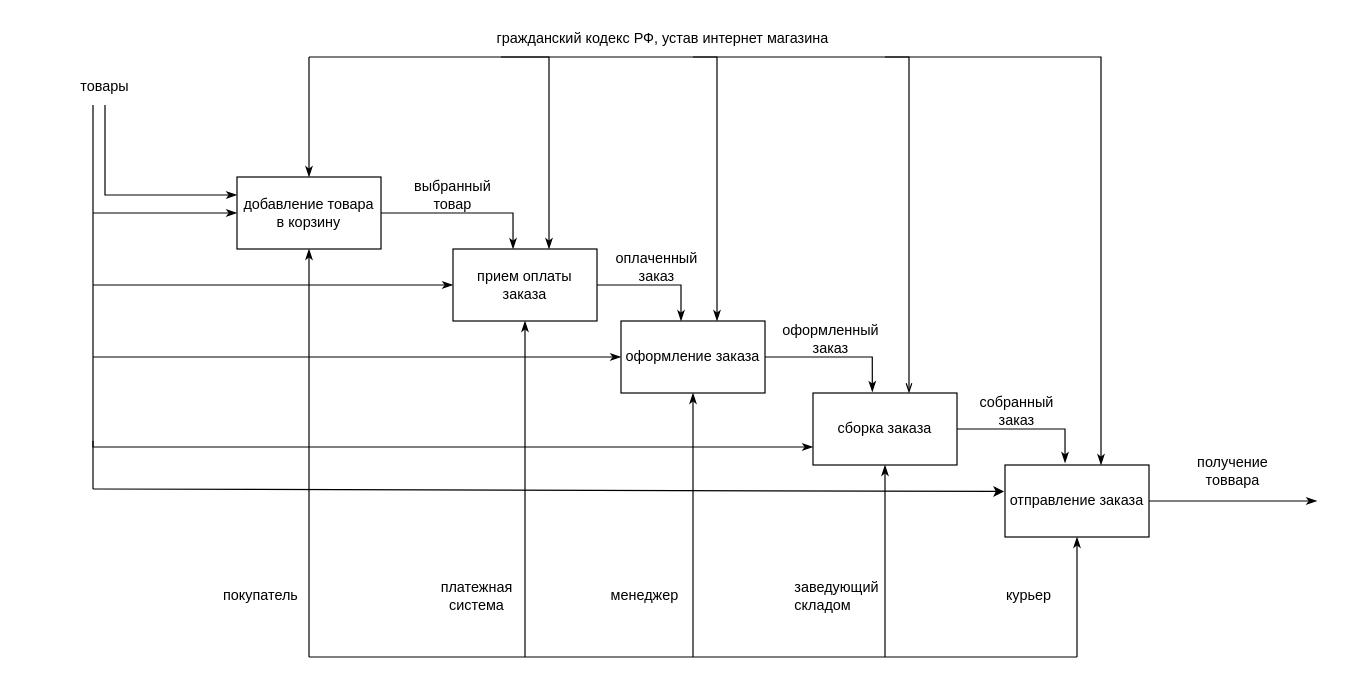
Earlier version of the draw.io diagram Диаграмма без названия.drawio (ValeriaLebedeva/IIDEFOpredmetnayaobl2). Source tidied: cells renumbered, new cells numbered last; positions are measured from the earlier drawing's top-left corner, leaving out a move shared by most shapes. Both pictures are drawn from the tidied source at 120%, with x=0, y=0 at pixel (20, 20).
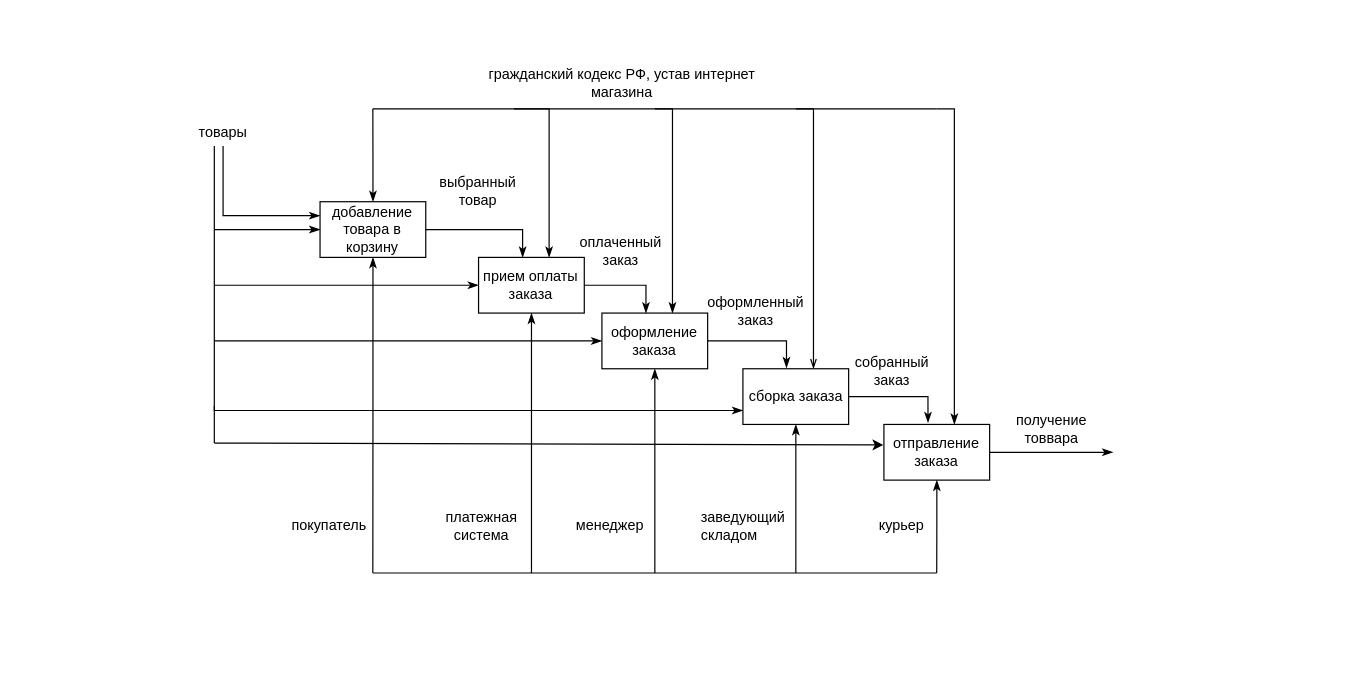
The same page after the edit.

The edit, as a diff of the source:
```diff
@@
+    <mxCell id="43" style="group;" parent="1" vertex="1">
+      <mxGeometry x="117" y="50" width="793" height="410" as="geometry" />
+    </mxCell>
-    <mxCell id="2" value="гражданский кодекс РФ, устав интернет магазина" style="text;html=1;strokeColor=none;fillColor=none;align=center;verticalAlign=middle;whiteSpace=wrap;rounded=0;" parent="1" vertex="1">
-      <mxGeometry x="380" width="310" height="30" as="geometry" />
+    <mxCell id="2" value="гражданский кодекс РФ, устав интернет магазина" style="text;html=1;strokeColor=none;fillColor=none;align=center;verticalAlign=middle;whiteSpace=wrap;rounded=0;" parent="43" vertex="1">
+      <mxGeometry x="269.5" y="-10" width="227.6" height="23.2" as="geometry" />
     </mxCell>
-    <mxCell id="3" style="edgeStyle=orthogonalEdgeStyle;rounded=0;jettySize=auto;html=1;endArrow=none;endFill=0;startArrow=classicThin;startFill=1;" parent="1" edge="1" source="6">
+    <mxCell id="3" style="edgeStyle=orthogonalEdgeStyle;rounded=0;jettySize=auto;html=1;endArrow=none;endFill=0;startArrow=classicThin;startFill=1;" parent="43" edge="1" source="6">
       <mxGeometry relative="1" as="geometry">
-        <mxPoint x="240" y="30" as="targetPoint" />
+        <mxPoint x="176.2" y="23.2" as="targetPoint" />
       </mxGeometry>
     </mxCell>
-    <mxCell id="4" style="edgeStyle=orthogonalEdgeStyle;rounded=0;jettySize=auto;html=1;entryX=0.417;entryY=0;entryDx=0;entryDy=0;entryPerimeter=0;startArrow=none;startFill=0;endArrow=classicThin;endFill=1;" parent="1" edge="1" source="6" target="11">
-      <mxGeometry relative="1" as="geometry">
-        <Array as="points">
-          <mxPoint x="410" y="160" />
-          <mxPoint x="410" y="190" />
-        </Array>
-      </mxGeometry>
-    </mxCell>
-    <mxCell id="5" style="edgeStyle=orthogonalEdgeStyle;rounded=0;jettySize=auto;html=1;startArrow=classicThin;startFill=1;endArrow=none;endFill=0;" parent="1" edge="1" source="6">
+    <mxCell id="5" style="edgeStyle=orthogonalEdgeStyle;rounded=0;jettySize=auto;html=1;startArrow=classicThin;startFill=1;endArrow=none;endFill=0;" parent="43" edge="1" source="6">
       <mxGeometry relative="1" as="geometry">
-        <mxPoint x="240" y="530" as="targetPoint" />
+        <mxPoint x="176.2" y="410" as="targetPoint" />
       </mxGeometry>
     </mxCell>
-    <mxCell id="6" value="добавление товара в корзину" style="rounded=0;whiteSpace=wrap;html=1;" parent="1" vertex="1">
-      <mxGeometry x="180" y="130" width="120" height="60" as="geometry" />
+    <mxCell id="6" value="добавление товара в корзину" style="rounded=0;whiteSpace=wrap;html=1;" parent="43" vertex="1">
+      <mxGeometry x="132.2" y="100.6" width="88.1" height="46.4" as="geometry" />
     </mxCell>
-    <mxCell id="7" style="edgeStyle=orthogonalEdgeStyle;rounded=0;jettySize=auto;html=1;endArrow=none;endFill=0;startArrow=classicThin;startFill=1;" parent="1" edge="1" source="11">
+    <mxCell id="7" style="edgeStyle=orthogonalEdgeStyle;rounded=0;jettySize=auto;html=1;endArrow=none;endFill=0;startArrow=classicThin;startFill=1;" parent="43" edge="1" source="11">
       <mxGeometry relative="1" as="geometry">
-        <mxPoint x="400" y="30" as="targetPoint" />
+        <mxPoint x="293.7" y="23.2" as="targetPoint" />
         <Array as="points">
-          <mxPoint x="440" y="30" />
+          <mxPoint x="323.1" y="23.2" />
         </Array>
       </mxGeometry>
     </mxCell>
-    <mxCell id="8" style="edgeStyle=orthogonalEdgeStyle;rounded=0;jettySize=auto;html=1;startArrow=none;startFill=0;endArrow=classicThin;endFill=1;" parent="1" edge="1" source="11" target="16">
-      <mxGeometry relative="1" as="geometry">
-        <Array as="points">
-          <mxPoint x="550" y="220" />
-        </Array>
-      </mxGeometry>
-    </mxCell>
-    <mxCell id="9" style="edgeStyle=orthogonalEdgeStyle;rounded=0;jettySize=auto;html=1;startArrow=classicThin;startFill=1;endArrow=none;endFill=0;" parent="1" edge="1" source="11">
+    <mxCell id="9" style="edgeStyle=orthogonalEdgeStyle;rounded=0;jettySize=auto;html=1;startArrow=classicThin;startFill=1;endArrow=none;endFill=0;" parent="43" edge="1" source="11">
       <mxGeometry relative="1" as="geometry">
-        <mxPoint x="60" y="220" as="targetPoint" />
+        <mxPoint x="44.1" y="170.2" as="targetPoint" />
       </mxGeometry>
     </mxCell>
-    <mxCell id="10" style="edgeStyle=orthogonalEdgeStyle;rounded=0;jettySize=auto;html=1;endArrow=none;endFill=0;startArrow=classicThin;startFill=1;" parent="1" edge="1" source="11">
+    <mxCell id="10" style="edgeStyle=orthogonalEdgeStyle;rounded=0;jettySize=auto;html=1;endArrow=none;endFill=0;startArrow=classicThin;startFill=1;" parent="43" edge="1" source="11">
       <mxGeometry relative="1" as="geometry">
-        <mxPoint x="420" y="530" as="targetPoint" />
+        <mxPoint x="308.4" y="410" as="targetPoint" />
       </mxGeometry>
     </mxCell>
-    <mxCell id="11" value="прием оплаты заказа" style="rounded=0;whiteSpace=wrap;html=1;" parent="1" vertex="1">
-      <mxGeometry x="360" y="190" width="120" height="60" as="geometry" />
+    <mxCell id="11" value="прием оплаты заказа" style="rounded=0;whiteSpace=wrap;html=1;" parent="43" vertex="1">
+      <mxGeometry x="264.3" y="147" width="88.1" height="46.4" as="geometry" />
     </mxCell>
+    <mxCell id="4" style="edgeStyle=orthogonalEdgeStyle;rounded=0;jettySize=auto;html=1;entryX=0.417;entryY=0;entryDx=0;entryDy=0;entryPerimeter=0;startArrow=none;startFill=0;endArrow=classicThin;endFill=1;" parent="43" edge="1" source="6" target="11">
+      <mxGeometry relative="1" as="geometry">
+        <Array as="points">
+          <mxPoint x="301" y="123.8" />
+          <mxPoint x="301" y="147" />
+        </Array>
+      </mxGeometry>
+    </mxCell>
-    <mxCell id="12" style="edgeStyle=orthogonalEdgeStyle;rounded=0;jettySize=auto;html=1;endArrow=none;endFill=0;startArrow=classicThin;startFill=1;" parent="1" edge="1" source="16">
+    <mxCell id="12" style="edgeStyle=orthogonalEdgeStyle;rounded=0;jettySize=auto;html=1;endArrow=none;endFill=0;startArrow=classicThin;startFill=1;" parent="43" edge="1" source="16">
       <mxGeometry relative="1" as="geometry">
-        <mxPoint x="560" y="30" as="targetPoint" />
+        <mxPoint x="411.2" y="23.2" as="targetPoint" />
         <Array as="points">
-          <mxPoint x="580" y="30" />
+          <mxPoint x="425.9" y="23.2" />
         </Array>
       </mxGeometry>
     </mxCell>
-    <mxCell id="13" style="edgeStyle=orthogonalEdgeStyle;rounded=0;jettySize=auto;html=1;entryX=0.412;entryY=-0.014;entryDx=0;entryDy=0;startArrow=none;startFill=0;endArrow=classicThin;endFill=1;entryPerimeter=0;" parent="1" edge="1" source="16" target="20">
-      <mxGeometry relative="1" as="geometry">
-        <Array as="points">
-          <mxPoint x="710" y="280" />
-          <mxPoint x="710" y="309" />
-        </Array>
-      </mxGeometry>
-    </mxCell>
-    <mxCell id="14" style="edgeStyle=orthogonalEdgeStyle;rounded=0;jettySize=auto;html=1;startArrow=classicThin;startFill=1;endArrow=none;endFill=0;" parent="1" edge="1" source="16">
+    <mxCell id="14" style="edgeStyle=orthogonalEdgeStyle;rounded=0;jettySize=auto;html=1;startArrow=classicThin;startFill=1;endArrow=none;endFill=0;" parent="43" edge="1" source="16">
       <mxGeometry relative="1" as="geometry">
-        <mxPoint x="60" y="280" as="targetPoint" />
+        <mxPoint x="44.1" y="216.6" as="targetPoint" />
       </mxGeometry>
     </mxCell>
-    <mxCell id="15" style="edgeStyle=orthogonalEdgeStyle;rounded=0;jettySize=auto;html=1;startArrow=classicThin;startFill=1;endArrow=none;endFill=0;" parent="1" edge="1" source="16">
+    <mxCell id="15" style="edgeStyle=orthogonalEdgeStyle;rounded=0;jettySize=auto;html=1;startArrow=classicThin;startFill=1;endArrow=none;endFill=0;" parent="43" edge="1" source="16">
       <mxGeometry relative="1" as="geometry">
-        <mxPoint x="560" y="530" as="targetPoint" />
+        <mxPoint x="411.2" y="410" as="targetPoint" />
       </mxGeometry>
     </mxCell>
-    <mxCell id="16" value="оформление заказа" style="rounded=0;whiteSpace=wrap;html=1;" parent="1" vertex="1">
-      <mxGeometry x="500" y="250" width="120" height="60" as="geometry" />
+    <mxCell id="16" value="оформление заказа" style="rounded=0;whiteSpace=wrap;html=1;" parent="43" vertex="1">
+      <mxGeometry x="367.1" y="193.4" width="88.1" height="46.4" as="geometry" />
     </mxCell>
+    <mxCell id="8" style="edgeStyle=orthogonalEdgeStyle;rounded=0;jettySize=auto;html=1;startArrow=none;startFill=0;endArrow=classicThin;endFill=1;" parent="43" edge="1" source="11" target="16">
+      <mxGeometry relative="1" as="geometry">
+        <Array as="points">
+          <mxPoint x="403.8" y="170.2" />
+        </Array>
+      </mxGeometry>
+    </mxCell>
-    <mxCell id="17" style="edgeStyle=orthogonalEdgeStyle;rounded=0;jettySize=auto;html=1;endArrow=none;endFill=0;startArrow=openThin;startFill=0;" parent="1" edge="1" source="20">
+    <mxCell id="17" style="edgeStyle=orthogonalEdgeStyle;rounded=0;jettySize=auto;html=1;endArrow=none;endFill=0;startArrow=openThin;startFill=0;" parent="43" edge="1" source="20">
       <mxGeometry relative="1" as="geometry">
-        <mxPoint x="720" y="30" as="targetPoint" />
+        <mxPoint x="528.7" y="23.2" as="targetPoint" />
         <Array as="points">
-          <mxPoint x="740" y="30" />
+          <mxPoint x="543.4" y="23.2" />
         </Array>
       </mxGeometry>
     </mxCell>
-    <mxCell id="18" style="edgeStyle=orthogonalEdgeStyle;rounded=0;jettySize=auto;html=1;startArrow=classicThin;startFill=1;endArrow=none;endFill=0;" parent="1" edge="1" source="20">
+    <mxCell id="18" style="edgeStyle=orthogonalEdgeStyle;rounded=0;jettySize=auto;html=1;startArrow=classicThin;startFill=1;endArrow=none;endFill=0;" parent="43" edge="1" source="20">
       <mxGeometry relative="1" as="geometry">
-        <mxPoint x="720" y="530" as="targetPoint" />
+        <mxPoint x="528.7" y="410" as="targetPoint" />
       </mxGeometry>
     </mxCell>
-    <mxCell id="19" style="edgeStyle=orthogonalEdgeStyle;rounded=0;jettySize=auto;html=1;entryX=0.417;entryY=-0.03;entryDx=0;entryDy=0;startArrow=none;startFill=0;endArrow=classicThin;endFill=1;entryPerimeter=0;" parent="1" edge="1" source="20" target="38">
-      <mxGeometry relative="1" as="geometry">
-        <Array as="points">
-          <mxPoint x="870" y="340" />
-        </Array>
-      </mxGeometry>
-    </mxCell>
-    <mxCell id="20" value="сборка заказа" style="rounded=0;whiteSpace=wrap;html=1;" parent="1" vertex="1">
-      <mxGeometry x="660" y="310" width="120" height="60" as="geometry" />
+    <mxCell id="20" value="сборка заказа" style="rounded=0;whiteSpace=wrap;html=1;" parent="43" vertex="1">
+      <mxGeometry x="484.6" y="239.8" width="88.1" height="46.4" as="geometry" />
     </mxCell>
+    <mxCell id="13" style="edgeStyle=orthogonalEdgeStyle;rounded=0;jettySize=auto;html=1;entryX=0.412;entryY=-0.014;entryDx=0;entryDy=0;startArrow=none;startFill=0;endArrow=classicThin;endFill=1;entryPerimeter=0;" parent="43" edge="1" source="16" target="20">
+      <mxGeometry relative="1" as="geometry">
+        <Array as="points">
+          <mxPoint x="521.3" y="216.6" />
+          <mxPoint x="521.3" y="239" />
+        </Array>
+      </mxGeometry>
+    </mxCell>
-    <mxCell id="21" style="edgeStyle=orthogonalEdgeStyle;rounded=0;jettySize=auto;html=1;entryX=0;entryY=0.25;entryDx=0;entryDy=0;startArrow=none;startFill=0;endArrow=classicThin;endFill=1;exitX=0.5;exitY=1;exitDx=0;exitDy=0;" parent="1" edge="1" source="23" target="6">
+    <mxCell id="21" style="edgeStyle=orthogonalEdgeStyle;rounded=0;jettySize=auto;html=1;entryX=0;entryY=0.25;entryDx=0;entryDy=0;startArrow=none;startFill=0;endArrow=classicThin;endFill=1;exitX=0.5;exitY=1;exitDx=0;exitDy=0;" parent="43" edge="1" source="23" target="6">
       <mxGeometry relative="1" as="geometry" />
     </mxCell>
-    <mxCell id="22" style="edgeStyle=orthogonalEdgeStyle;rounded=0;jettySize=auto;html=1;entryX=0;entryY=0.75;entryDx=0;entryDy=0;startArrow=none;startFill=0;endArrow=classicThin;endFill=1;" parent="1" edge="1" target="20">
+    <mxCell id="22" style="edgeStyle=orthogonalEdgeStyle;rounded=0;jettySize=auto;html=1;entryX=0;entryY=0.75;entryDx=0;entryDy=0;startArrow=none;startFill=0;endArrow=classicThin;endFill=1;" parent="43" edge="1" target="20">
       <mxGeometry relative="1" as="geometry">
-        <mxPoint x="60" y="80" as="sourcePoint" />
+        <mxPoint x="44.1" y="61.9" as="sourcePoint" />
         <Array as="points">
-          <mxPoint x="60" y="70" />
-          <mxPoint x="60" y="355" />
+          <mxPoint x="44.1" y="54.2" />
+          <mxPoint x="44.1" y="274.6" />
         </Array>
       </mxGeometry>
     </mxCell>
-    <mxCell id="23" value="товары" style="text;html=1;strokeColor=none;fillColor=none;align=center;verticalAlign=middle;whiteSpace=wrap;rounded=0;" parent="1" vertex="1">
-      <mxGeometry y="40" width="140" height="30" as="geometry" />
+    <mxCell id="23" value="товары" style="text;html=1;strokeColor=none;fillColor=none;align=center;verticalAlign=middle;whiteSpace=wrap;rounded=0;" parent="43" vertex="1">
+      <mxGeometry y="30.9" width="102.8" height="23.2" as="geometry" />
     </mxCell>
-    <mxCell id="24" style="endArrow=none;html=1;rounded=0;" parent="1" edge="1">
+    <mxCell id="24" style="endArrow=none;html=1;rounded=0;" parent="43" edge="1">
       <mxGeometry relative="1" as="geometry">
-        <mxPoint x="240" y="30" as="sourcePoint" />
-        <mxPoint x="880" y="30" as="targetPoint" />
+        <mxPoint x="176.2" y="23.2" as="sourcePoint" />
+        <mxPoint x="646.1" y="23.2" as="targetPoint" />
       </mxGeometry>
     </mxCell>
-    <mxCell id="25" value="собранный &lt;br&gt;заказ" style="text;html=1;strokeColor=none;fillColor=none;align=center;verticalAlign=middle;whiteSpace=wrap;rounded=0;" parent="1" vertex="1">
-      <mxGeometry x="770" y="310" width="120" height="30" as="geometry" />
+    <mxCell id="25" value="собранный &lt;br&gt;заказ" style="text;html=1;strokeColor=none;fillColor=none;align=center;verticalAlign=middle;whiteSpace=wrap;rounded=0;" parent="43" vertex="1">
+      <mxGeometry x="565.4" y="230" width="88.1" height="23.2" as="geometry" />
     </mxCell>
-    <mxCell id="26" style="endArrow=classicThin;html=1;rounded=0;entryX=0;entryY=0.5;entryDx=0;entryDy=0;endFill=1;" parent="1" edge="1" target="6">
+    <mxCell id="26" style="endArrow=classicThin;html=1;rounded=0;entryX=0;entryY=0.5;entryDx=0;entryDy=0;endFill=1;" parent="43" edge="1" target="6">
       <mxGeometry relative="1" as="geometry">
-        <mxPoint x="60" y="160" as="sourcePoint" />
+        <mxPoint x="44.1" y="123.8" as="sourcePoint" />
       </mxGeometry>
     </mxCell>
-    <mxCell id="27" value="выбранный &lt;br&gt;товар" style="text;html=1;strokeColor=none;fillColor=none;align=center;verticalAlign=middle;whiteSpace=wrap;rounded=0;" parent="1" vertex="1">
-      <mxGeometry x="300" y="130" width="120" height="30" as="geometry" />
+    <mxCell id="27" value="выбранный &lt;br&gt;товар" style="text;html=1;strokeColor=none;fillColor=none;align=center;verticalAlign=middle;whiteSpace=wrap;rounded=0;" parent="43" vertex="1">
+      <mxGeometry x="220.3" y="80" width="88.1" height="23.2" as="geometry" />
     </mxCell>
-    <mxCell id="28" value="оплаченный заказ" style="text;html=1;strokeColor=none;fillColor=none;align=center;verticalAlign=middle;whiteSpace=wrap;rounded=0;" parent="1" vertex="1">
-      <mxGeometry x="500" y="190" width="60" height="30" as="geometry" />
+    <mxCell id="28" value="оплаченный заказ" style="text;html=1;strokeColor=none;fillColor=none;align=center;verticalAlign=middle;whiteSpace=wrap;rounded=0;" parent="43" vertex="1">
+      <mxGeometry x="361.3" y="130" width="44.1" height="23.2" as="geometry" />
     </mxCell>
-    <mxCell id="29" value="&lt;font&gt;оформленный&lt;/font&gt;&lt;br&gt;&lt;font&gt;заказ&lt;/font&gt;" style="text;html=1;strokeColor=none;fillColor=none;align=center;verticalAlign=middle;whiteSpace=wrap;rounded=0;" parent="1" vertex="1">
-      <mxGeometry x="640" y="250" width="70" height="30" as="geometry" />
+    <mxCell id="29" value="&lt;font&gt;оформленный&lt;/font&gt;&lt;br&gt;&lt;font&gt;заказ&lt;/font&gt;" style="text;html=1;strokeColor=none;fillColor=none;align=center;verticalAlign=middle;whiteSpace=wrap;rounded=0;" parent="43" vertex="1">
+      <mxGeometry x="469.9" y="180" width="51.4" height="23.2" as="geometry" />
     </mxCell>
-    <mxCell id="30" style="endArrow=none;html=1;rounded=0;endFill=0;" parent="1" edge="1">
+    <mxCell id="30" style="endArrow=none;html=1;rounded=0;endFill=0;" parent="43" edge="1">
       <mxGeometry relative="1" as="geometry">
-        <mxPoint x="240" y="530" as="sourcePoint" />
-        <mxPoint x="880" y="530" as="targetPoint" />
+        <mxPoint x="176.2" y="410" as="sourcePoint" />
+        <mxPoint x="646.1" y="410" as="targetPoint" />
       </mxGeometry>
     </mxCell>
-    <mxCell id="31" value="покупатель" style="text;html=1;strokeColor=none;fillColor=none;align=center;verticalAlign=middle;whiteSpace=wrap;rounded=0;" parent="1" vertex="1">
-      <mxGeometry x="170" y="464" width="60" height="30" as="geometry" />
+    <mxCell id="31" value="покупатель" style="text;html=1;strokeColor=none;fillColor=none;align=center;verticalAlign=middle;whiteSpace=wrap;rounded=0;" parent="43" vertex="1">
+      <mxGeometry x="117.5" y="358.9" width="44.1" height="23.2" as="geometry" />
     </mxCell>
-    <mxCell id="32" value="менеджер" style="text;html=1;strokeColor=none;fillColor=none;align=center;verticalAlign=middle;whiteSpace=wrap;rounded=0;" parent="1" vertex="1">
-      <mxGeometry x="490" y="464" width="60" height="30" as="geometry" />
+    <mxCell id="32" value="менеджер" style="text;html=1;strokeColor=none;fillColor=none;align=center;verticalAlign=middle;whiteSpace=wrap;rounded=0;" parent="43" vertex="1">
+      <mxGeometry x="352.4" y="358.9" width="44.1" height="23.2" as="geometry" />
     </mxCell>
-    <mxCell id="33" value="платежная система" style="text;html=1;strokeColor=none;fillColor=none;align=center;verticalAlign=middle;whiteSpace=wrap;rounded=0;" parent="1" vertex="1">
-      <mxGeometry x="350" y="464" width="60" height="30" as="geometry" />
+    <mxCell id="33" value="платежная система" style="text;html=1;strokeColor=none;fillColor=none;align=center;verticalAlign=middle;whiteSpace=wrap;rounded=0;" parent="43" vertex="1">
+      <mxGeometry x="244.8" y="358.9" width="44.1" height="23.2" as="geometry" />
     </mxCell>
-    <mxCell id="34" value="&lt;div style=&quot;text-align: start;&quot;&gt;заведующий складом&lt;/div&gt;" style="text;html=1;strokeColor=none;fillColor=none;align=center;verticalAlign=middle;whiteSpace=wrap;rounded=0;" parent="1" vertex="1">
-      <mxGeometry x="650" y="464" width="60" height="30" as="geometry" />
+    <mxCell id="34" value="&lt;div style=&quot;text-align: start;&quot;&gt;заведующий складом&lt;/div&gt;" style="text;html=1;strokeColor=none;fillColor=none;align=center;verticalAlign=middle;whiteSpace=wrap;rounded=0;" parent="43" vertex="1">
+      <mxGeometry x="462.6" y="358.9" width="44.1" height="23.2" as="geometry" />
     </mxCell>
-    <mxCell id="35" style="edgeStyle=orthogonalEdgeStyle;rounded=0;jettySize=auto;html=1;startArrow=classicThin;startFill=1;endArrow=none;endFill=0;" parent="1" edge="1" source="38">
+    <mxCell id="35" style="edgeStyle=orthogonalEdgeStyle;rounded=0;jettySize=auto;html=1;startArrow=classicThin;startFill=1;endArrow=none;endFill=0;" parent="43" edge="1" source="38">
       <mxGeometry relative="1" as="geometry">
-        <mxPoint x="880" y="30" as="targetPoint" />
+        <mxPoint x="646.1" y="23.2" as="targetPoint" />
         <Array as="points">
-          <mxPoint x="900" y="30" />
+          <mxPoint x="660.8" y="23.2" />
         </Array>
       </mxGeometry>
     </mxCell>
-    <mxCell id="36" style="edgeStyle=orthogonalEdgeStyle;rounded=0;jettySize=auto;html=1;startArrow=classicThin;startFill=1;endArrow=none;endFill=0;" parent="1" edge="1" source="38">
+    <mxCell id="36" style="edgeStyle=orthogonalEdgeStyle;rounded=0;jettySize=auto;html=1;startArrow=classicThin;startFill=1;endArrow=none;endFill=0;" parent="43" edge="1" source="38">
       <mxGeometry relative="1" as="geometry">
-        <mxPoint x="880" y="530" as="targetPoint" />
+        <mxPoint x="646.1" y="410" as="targetPoint" />
       </mxGeometry>
     </mxCell>
-    <mxCell id="37" style="edgeStyle=orthogonalEdgeStyle;rounded=0;jettySize=auto;html=1;startArrow=none;startFill=0;endArrow=classicThin;endFill=1;" parent="1" edge="1" source="38">
+    <mxCell id="37" style="edgeStyle=orthogonalEdgeStyle;rounded=0;jettySize=auto;html=1;startArrow=none;startFill=0;endArrow=classicThin;endFill=1;" parent="43" edge="1" source="38">
       <mxGeometry relative="1" as="geometry">
-        <mxPoint x="1080" y="400" as="targetPoint" />
+        <mxPoint x="793" y="309.4" as="targetPoint" />
       </mxGeometry>
     </mxCell>
-    <mxCell id="38" value="отправление заказа" style="rounded=0;whiteSpace=wrap;html=1;" parent="1" vertex="1">
-      <mxGeometry x="820" y="370" width="120" height="60" as="geometry" />
+    <mxCell id="38" value="отправление заказа" style="rounded=0;whiteSpace=wrap;html=1;" parent="43" vertex="1">
+      <mxGeometry x="602.1" y="286.2" width="88.1" height="46.4" as="geometry" />
     </mxCell>
+    <mxCell id="19" style="edgeStyle=orthogonalEdgeStyle;rounded=0;jettySize=auto;html=1;entryX=0.417;entryY=-0.03;entryDx=0;entryDy=0;startArrow=none;startFill=0;endArrow=classicThin;endFill=1;entryPerimeter=0;" parent="43" edge="1" source="20" target="38">
+      <mxGeometry relative="1" as="geometry">
+        <Array as="points">
+          <mxPoint x="638.8" y="263" />
+        </Array>
+      </mxGeometry>
+    </mxCell>
-    <mxCell id="39" value="курьер" style="text;html=1;strokeColor=none;fillColor=none;align=center;verticalAlign=middle;whiteSpace=wrap;rounded=0;" parent="1" vertex="1">
-      <mxGeometry x="810" y="464" width="60" height="30" as="geometry" />
+    <mxCell id="39" value="курьер" style="text;html=1;strokeColor=none;fillColor=none;align=center;verticalAlign=middle;whiteSpace=wrap;rounded=0;" parent="43" vertex="1">
+      <mxGeometry x="594.8" y="358.9" width="44.1" height="23.2" as="geometry" />
     </mxCell>
-    <mxCell id="40" value="получение товвара" style="text;html=1;strokeColor=none;fillColor=none;align=center;verticalAlign=middle;whiteSpace=wrap;rounded=0;" parent="1" vertex="1">
-      <mxGeometry x="980" y="360" width="60" height="30" as="geometry" />
+    <mxCell id="40" value="получение товвара" style="text;html=1;strokeColor=none;fillColor=none;align=center;verticalAlign=middle;whiteSpace=wrap;rounded=0;" parent="43" vertex="1">
+      <mxGeometry x="719.6" y="278.5" width="44.1" height="23.2" as="geometry" />
     </mxCell>
-    <mxCell id="41" style="endArrow=none;html=1;rounded=0;" parent="1" edge="1">
+    <mxCell id="41" style="endArrow=none;html=1;rounded=0;" parent="43" edge="1">
       <mxGeometry relative="1" as="geometry">
-        <mxPoint x="60" y="390" as="sourcePoint" />
-        <mxPoint x="60" y="350" as="targetPoint" />
+        <mxPoint x="44.1" y="301.7" as="sourcePoint" />
+        <mxPoint x="44.1" y="270.8" as="targetPoint" />
       </mxGeometry>
     </mxCell>
-    <mxCell id="42" style="endArrow=classic;html=1;rounded=0;entryX=-0.006;entryY=0.368;entryDx=0;entryDy=0;entryPerimeter=0;" parent="1" edge="1" target="38">
+    <mxCell id="42" style="endArrow=classic;html=1;rounded=0;entryX=-0.006;entryY=0.368;entryDx=0;entryDy=0;entryPerimeter=0;" parent="43" edge="1" target="38">
       <mxGeometry relative="1" as="geometry">
-        <mxPoint x="60" y="390" as="sourcePoint" />
+        <mxPoint x="44.1" y="301.7" as="sourcePoint" />
       </mxGeometry>
     </mxCell>
```
